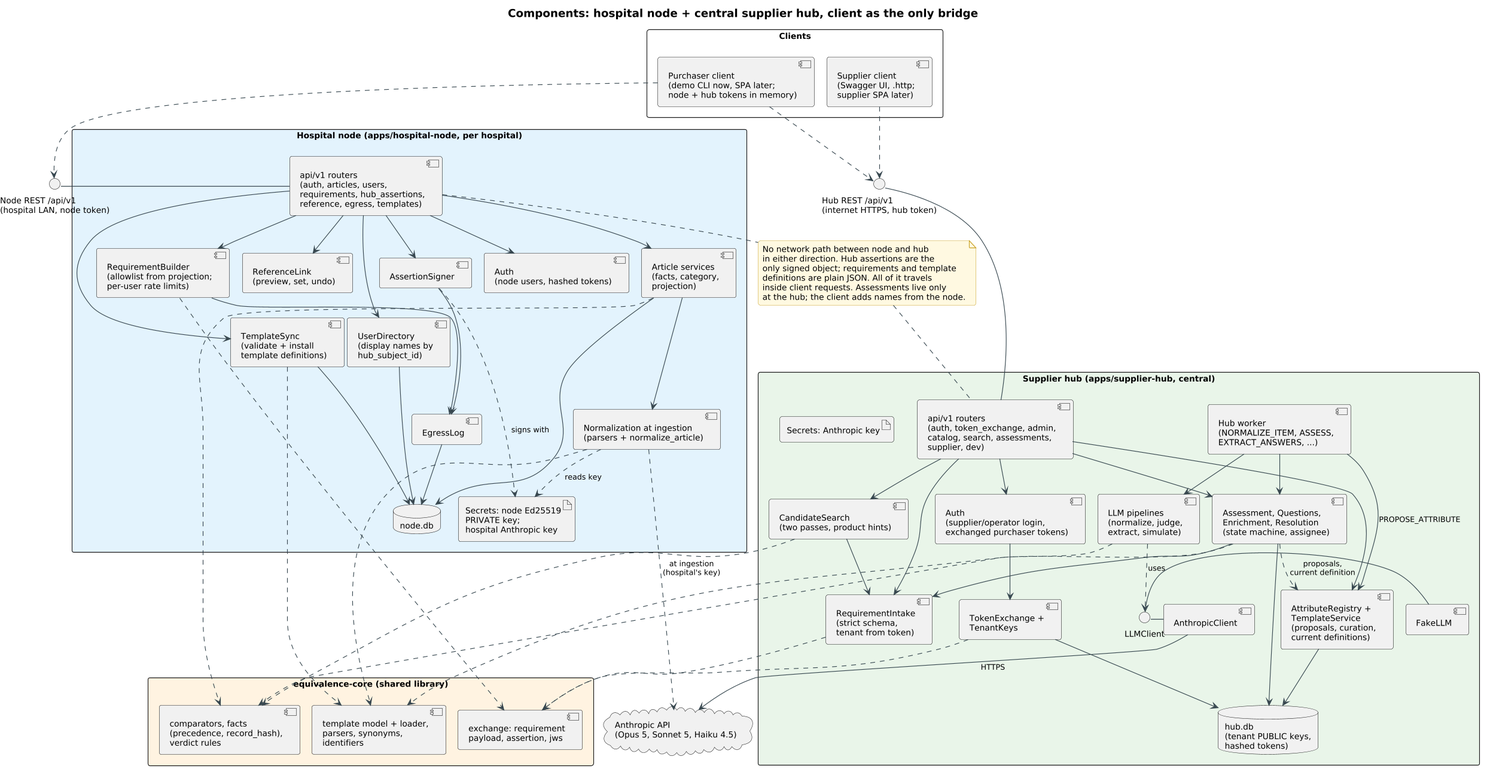
This is charts/png/02_component.png from RatlingHitman136/sanovio-test, a PlantUML export, as it was before one commit.
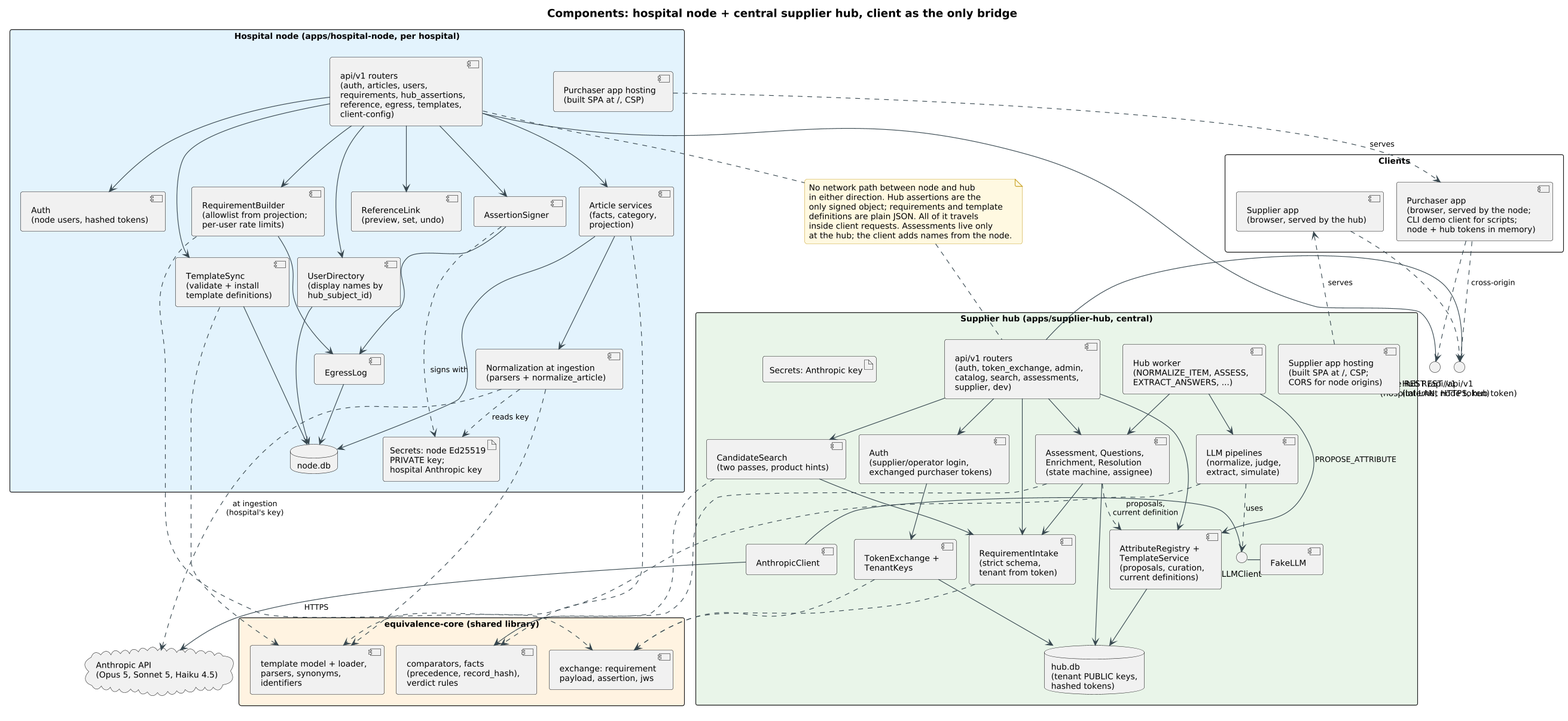
The same diagram one commit later.

Diff of the diagram source:
```diff
@@ -5,15 +5,16 @@
 skinparam componentStyle uml2
 
 rectangle "Clients" {
-  component "Purchaser client\n(demo CLI now, SPA later;\nnode + hub tokens in memory)" as PC
-  component "Supplier client\n(Swagger UI, .http;\nsupplier SPA later)" as SC
+  component "Purchaser app\n(browser, served by the node;\nCLI demo client for scripts;\nnode + hub tokens in memory)" as PC
+  component "Supplier app\n(browser, served by the hub)" as SC
 }
 
 interface "Node REST /api/v1\n(hospital LAN, node token)" as NREST
 interface "Hub REST /api/v1\n(internet HTTPS, hub token)" as HREST
 
 rectangle "Hospital node (apps/hospital-node, per hospital)" #E3F2FD {
-  component "api/v1 routers\n(auth, articles, users,\nrequirements, hub_assertions,\nreference, egress, templates)" as N_API
+  component "api/v1 routers\n(auth, articles, users,\nrequirements, hub_assertions,\nreference, egress, templates,\nclient-config)" as N_API
+  component "Purchaser app hosting\n(built SPA at /, CSP)" as N_SPA
   component "Auth\n(node users, hashed tokens)" as N_AUTH
   component "Article services\n(facts, category,\nprojection)" as N_SVC
   component "Normalization at ingestion\n(parsers + normalize_article)" as N_NORM
@@ -35,6 +36,7 @@
 
 rectangle "Supplier hub (apps/supplier-hub, central)" #E8F5E9 {
   component "api/v1 routers\n(auth, token_exchange, admin,\ncatalog, search, assessments,\nsupplier, dev)" as H_API
+  component "Supplier app hosting\n(built SPA at /, CSP;\nCORS for node origins)" as H_SPA
   component "Auth\n(supplier/operator login,\nexchanged purchaser tokens)" as H_AUTH
   component "TokenExchange +\nTenantKeys" as H_TOK
   component "RequirementIntake\n(strict schema,\ntenant from token)" as H_INT
@@ -53,8 +55,10 @@
 cloud "Anthropic API\n(Opus 5, Sonnet 5, Haiku 4.5)" as ANTAPI
 
 PC ..> NREST
-PC ..> HREST
+PC ..> HREST : cross-origin
 SC ..> HREST
+N_SPA ..> PC : serves
+H_SPA ..> SC : serves
 NREST - N_API
 HREST - H_API
 
```
